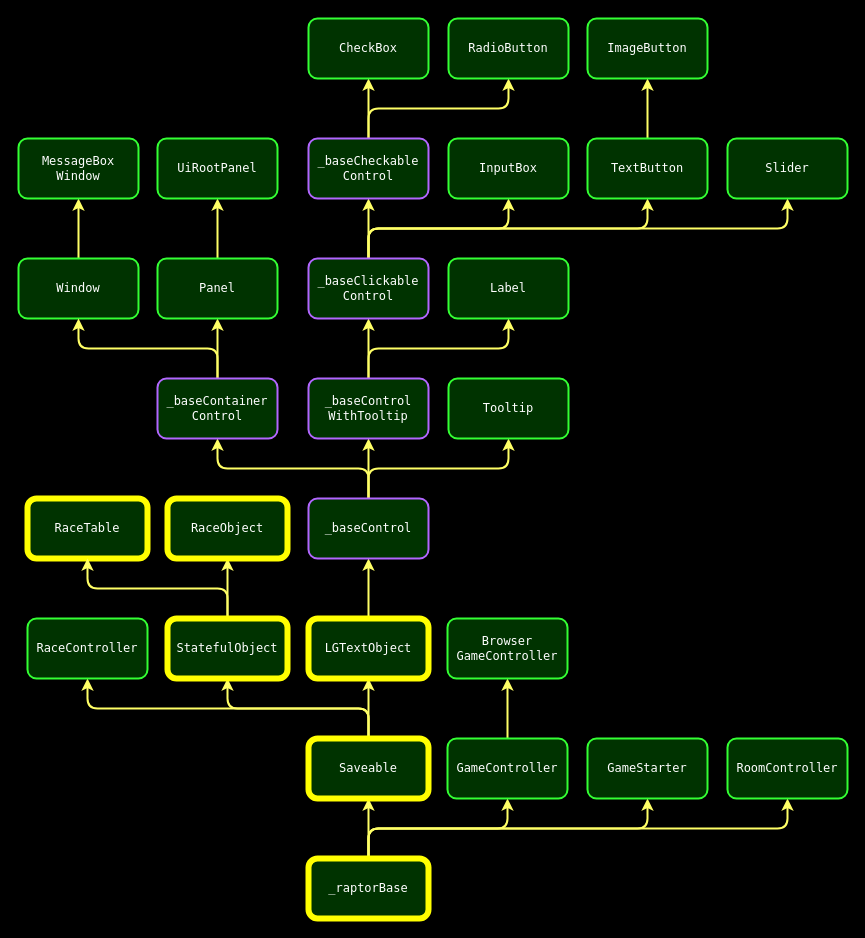
This is _assets_/documentation/raptor-objects.drawio from Grisgram/gml-raptor, a draw.io file, before an edit. Source tidied: cells renumbered, new cells numbered last; positions are measured from the earlier drawing's top-left corner, leaving out a move shared by most shapes. Both pictures are drawn from the tidied source at 100%, with x=0, y=0 at pixel (18, 18).
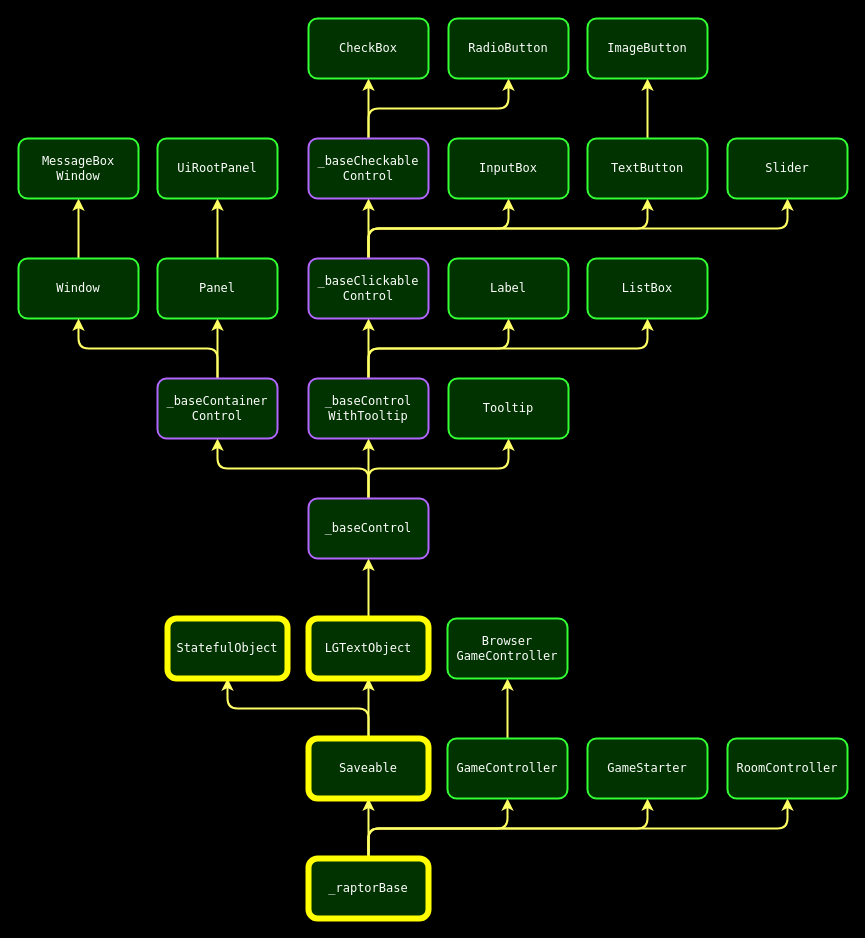
Above is the later version.

Unchanged cells that the change refers to:
```xml
<mxCell id="11" value="&lt;font face=&quot;Lucida Console&quot;&gt;Saveable&lt;/font&gt;" style="rounded=1;whiteSpace=wrap;html=1;fillColor=#003300;strokeColor=#FFFF00;strokeWidth=6;fontColor=#FFFFFF;" parent="1" vertex="1">
  <mxGeometry x="290" y="720" width="120" height="60" as="geometry" />
</mxCell>
<mxCell id="25" value="&lt;font face=&quot;Lucida Console&quot;&gt;_baseControl&lt;br&gt;WithTooltip&lt;br&gt;&lt;/font&gt;" style="rounded=1;whiteSpace=wrap;html=1;fillColor=#003300;strokeColor=#B266FF;fontColor=#FFFFFF;strokeWidth=2;" parent="1" vertex="1">
  <mxGeometry x="290" y="360" width="120" height="60" as="geometry" />
</mxCell>
<mxCell id="43" value="&lt;font face=&quot;Lucida Console&quot;&gt;StatefulObject&lt;/font&gt;" style="rounded=1;whiteSpace=wrap;html=1;fillColor=#003300;strokeColor=#FFFF00;fontColor=#FFFFFF;strokeWidth=6;" parent="1" vertex="1">
  <mxGeometry x="149" y="600" width="120" height="60" as="geometry" />
</mxCell>
```

What changed in the source:
```diff
@@
-    <mxCell id="8" style="edgeStyle=orthogonalEdgeStyle;shape=connector;rounded=1;jettySize=auto;html=1;labelBackgroundColor=default;fontFamily=Helvetica;fontSize=12;fontColor=#FFFFFF;endArrow=classic;strokeColor=#FFFF66;strokeWidth=2;exitX=0.5;exitY=0;exitDx=0;exitDy=0;" parent="1" edge="1" source="11" target="16">
-      <mxGeometry relative="1" as="geometry" />
-    </mxCell>
@@
-    <mxCell id="16" value="&lt;font face=&quot;Lucida Console&quot;&gt;RaceController&lt;/font&gt;" style="rounded=1;whiteSpace=wrap;html=1;fillColor=#003300;strokeColor=#33FF33;fontColor=#FFFFFF;strokeWidth=2;" parent="1" vertex="1">
-      <mxGeometry x="9" y="600" width="120" height="60" as="geometry" />
-    </mxCell>
@@
+    <mxCell id="57" style="edgeStyle=orthogonalEdgeStyle;rounded=1;jettySize=auto;html=1;exitX=0.5;exitY=0;exitDx=0;exitDy=0;entryX=0.5;entryY=1;entryDx=0;entryDy=0;strokeColor=#FFFF66;strokeWidth=2;align=center;verticalAlign=middle;fontFamily=Helvetica;fontSize=12;fontColor=#FFFFFF;labelBackgroundColor=default;endArrow=classic;" parent="1" edge="1" source="25" target="58">
+      <mxGeometry relative="1" as="geometry" />
+    </mxCell>
@@
-    <mxCell id="40" value="&lt;font face=&quot;Lucida Console&quot;&gt;RaceTable&lt;/font&gt;" style="rounded=1;whiteSpace=wrap;html=1;fillColor=#003300;strokeColor=#FFFF00;fontColor=#FFFFFF;strokeWidth=6;" parent="1" vertex="1">
-      <mxGeometry x="9" y="480" width="120" height="60" as="geometry" />
-    </mxCell>
-    <mxCell id="41" style="edgeStyle=orthogonalEdgeStyle;rounded=1;jettySize=auto;html=1;exitX=0.5;exitY=0;exitDx=0;exitDy=0;entryX=0.5;entryY=1;entryDx=0;entryDy=0;fontSize=12;fillColor=#003300;strokeColor=#FFFF66;fontColor=#FFFFFF;strokeWidth=2;" parent="1" edge="1" source="43" target="44">
-      <mxGeometry relative="1" as="geometry" />
-    </mxCell>
-    <mxCell id="42" style="edgeStyle=orthogonalEdgeStyle;shape=connector;rounded=1;jettySize=auto;html=1;exitX=0.5;exitY=0;exitDx=0;exitDy=0;entryX=0.5;entryY=1;entryDx=0;entryDy=0;labelBackgroundColor=default;fontFamily=Helvetica;fontSize=12;fontColor=#FFFFFF;endArrow=classic;strokeColor=#FFFF66;strokeWidth=2;fillColor=#003300;" parent="1" edge="1" source="43" target="40">
-      <mxGeometry relative="1" as="geometry" />
-    </mxCell>
@@
-    <mxCell id="44" value="&lt;font face=&quot;Lucida Console&quot;&gt;RaceObject&lt;/font&gt;" style="rounded=1;whiteSpace=wrap;html=1;fillColor=#003300;strokeColor=#FFFF00;fontColor=#FFFFFF;strokeWidth=6;" parent="1" vertex="1">
-      <mxGeometry x="149" y="480" width="120" height="60" as="geometry" />
-    </mxCell>
@@
+    <mxCell id="58" value="&lt;font face=&quot;Lucida Console&quot;&gt;ListBox&lt;br&gt;&lt;/font&gt;" style="rounded=1;whiteSpace=wrap;html=1;fillColor=#003300;strokeColor=#33FF33;fontColor=#FFFFFF;strokeWidth=2;" parent="1" vertex="1">
+      <mxGeometry x="569" y="240" width="120" height="60" as="geometry" />
+    </mxCell>
```
